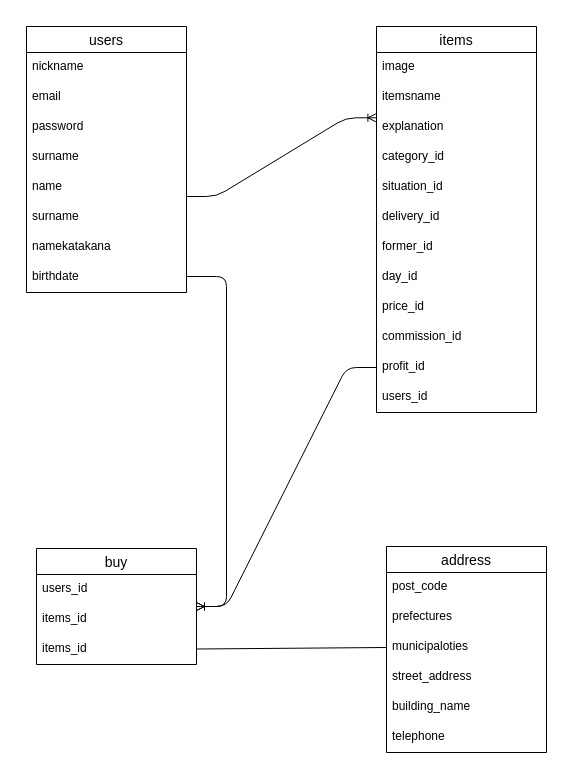
Before: test.dio in hakata58/furima-40413, a draw.io diagram. Source tidied: cells renumbered, new cells numbered last; positions are measured from the earlier drawing's top-left corner, leaving out a move shared by most shapes. Both pictures are drawn from the tidied source at 100%, with x=0, y=0 at pixel (26, 26).
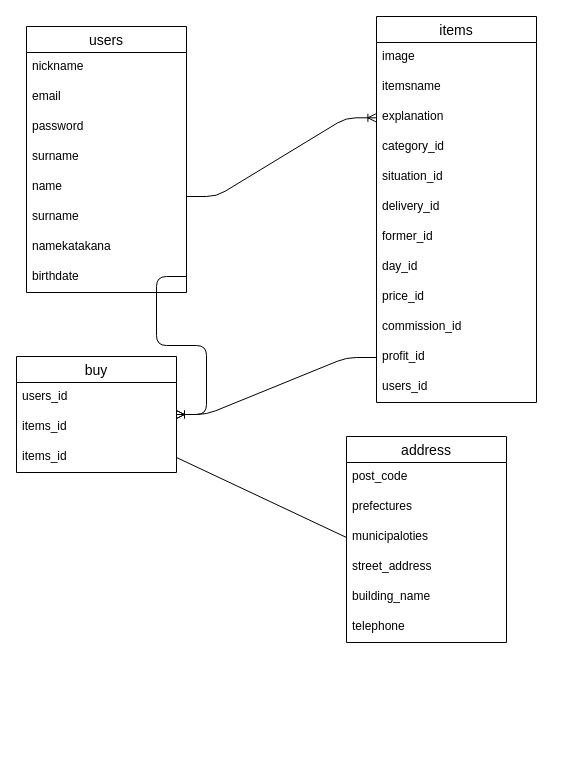
Above is the later version.

Commit message (it also covers changes not shown here):
データベース設計修正1

The change refers to these unchanged cells:
```xml
<mxCell id="27" value="items_id" style="text;strokeColor=none;fillColor=none;spacingLeft=4;spacingRight=4;overflow=hidden;points=[[0,0.5],[1,0.5]];portConstraint=eastwest;fontSize=12;" parent="24" vertex="1">
  <mxGeometry y="86" width="160" height="30" as="geometry" />
</mxCell>
<mxCell id="31" value="municipaloties" style="text;strokeColor=none;fillColor=none;spacingLeft=4;spacingRight=4;overflow=hidden;points=[[0,0.5],[1,0.5]];portConstraint=eastwest;fontSize=12;" parent="28" vertex="1">
  <mxGeometry y="86" width="160" height="30" as="geometry" />
</mxCell>
```

Diff of the diagram source:
```diff
@@
     <mxCell id="11" value="items" style="swimlane;fontStyle=0;horizontal=1;startSize=26;align=center;fontSize=14;" parent="1" vertex="1">
-      <mxGeometry x="350" width="160" height="386" as="geometry" />
+      <mxGeometry x="350" y="-10" width="160" height="386" as="geometry" />
     </mxCell>
@@
     <mxCell id="24" value="buy" style="swimlane;fontStyle=0;horizontal=1;startSize=26;align=center;fontSize=14;" parent="1" vertex="1">
-      <mxGeometry x="10" y="522" width="160" height="116" as="geometry" />
+      <mxGeometry x="-10" y="330" width="160" height="116" as="geometry" />
     </mxCell>
@@
     <mxCell id="28" value="address" style="swimlane;fontStyle=0;horizontal=1;startSize=26;align=center;fontSize=14;" parent="1" vertex="1">
-      <mxGeometry x="360" y="520" width="160" height="206" as="geometry" />
+      <mxGeometry x="320" y="410" width="160" height="206" as="geometry" />
     </mxCell>
@@
-    <mxCell id="38" style="endArrow=none;html=1;rounded=0;entryX=0;entryY=0.5;entryDx=0;entryDy=0;" parent="1" edge="1" target="31">
-      <mxGeometry relative="1" as="geometry">
-        <mxPoint x="170" y="622.5" as="sourcePoint" />
-      </mxGeometry>
+    <mxCell id="38" style="endArrow=none;html=1;rounded=0;entryX=0;entryY=0.5;entryDx=0;entryDy=0;exitX=1;exitY=0.5;exitDx=0;exitDy=0;" parent="1" edge="1" source="27" target="31">
+      <mxGeometry relative="1" as="geometry" />
     </mxCell>
```
